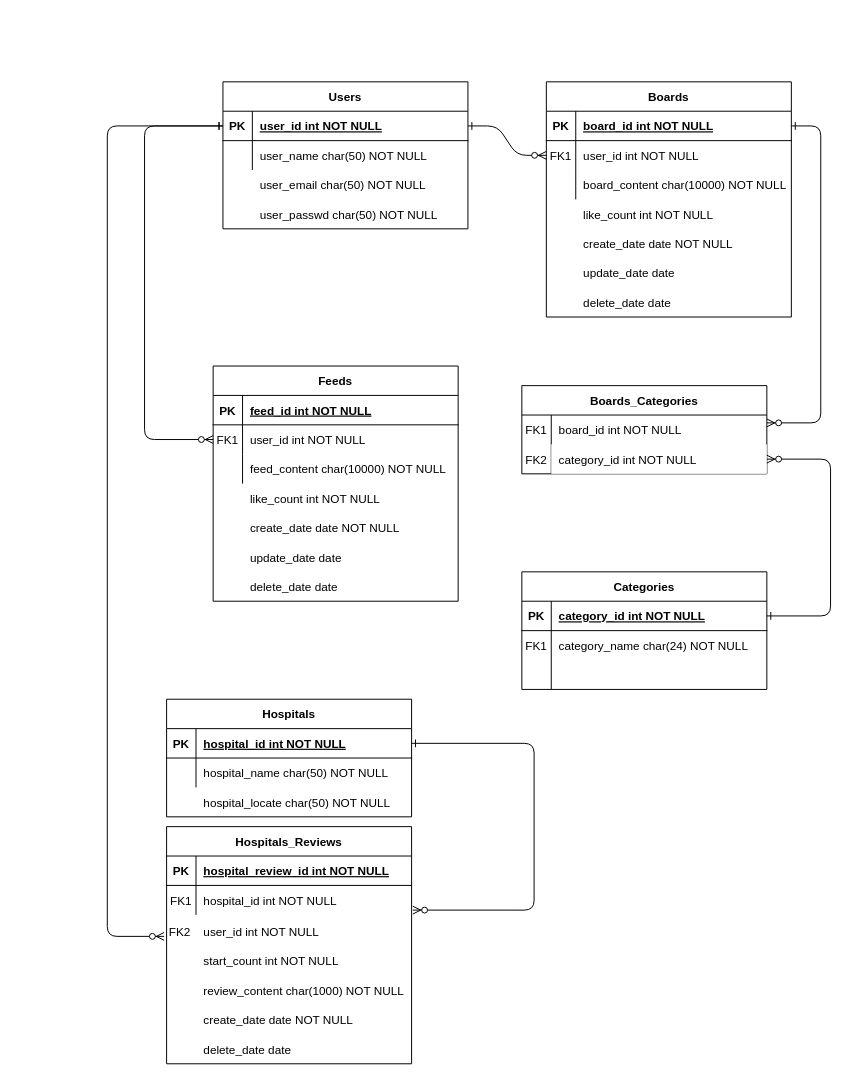
jihoonLeee/borikkori_api keeps this draw.io diagram as 제목 없는 다이어그램.drawio. Above is the earlier version. Source tidied: cells renumbered, new cells numbered last; positions are measured from the earlier drawing's top-left corner, leaving out a move shared by most shapes. Both pictures are drawn from the tidied source at 98%, with x=0, y=0 at pixel (107, 81).
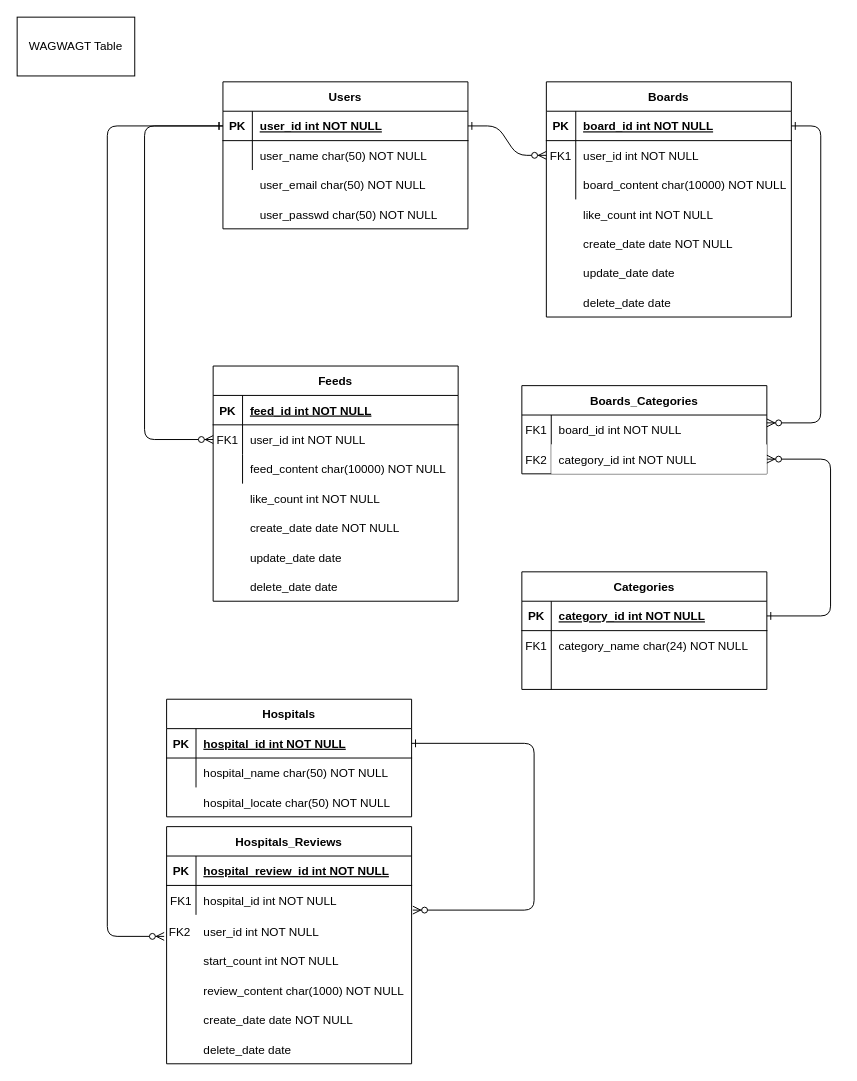
After the change.

The edit, as a diff of the source:
```diff
@@
+    <mxCell id="91" value="WAGWAGT Table" style="rounded=0;whiteSpace=wrap;html=1;" parent="1" vertex="1">
+      <mxGeometry x="-92" y="-66" width="120" height="60" as="geometry" />
+    </mxCell>
```
